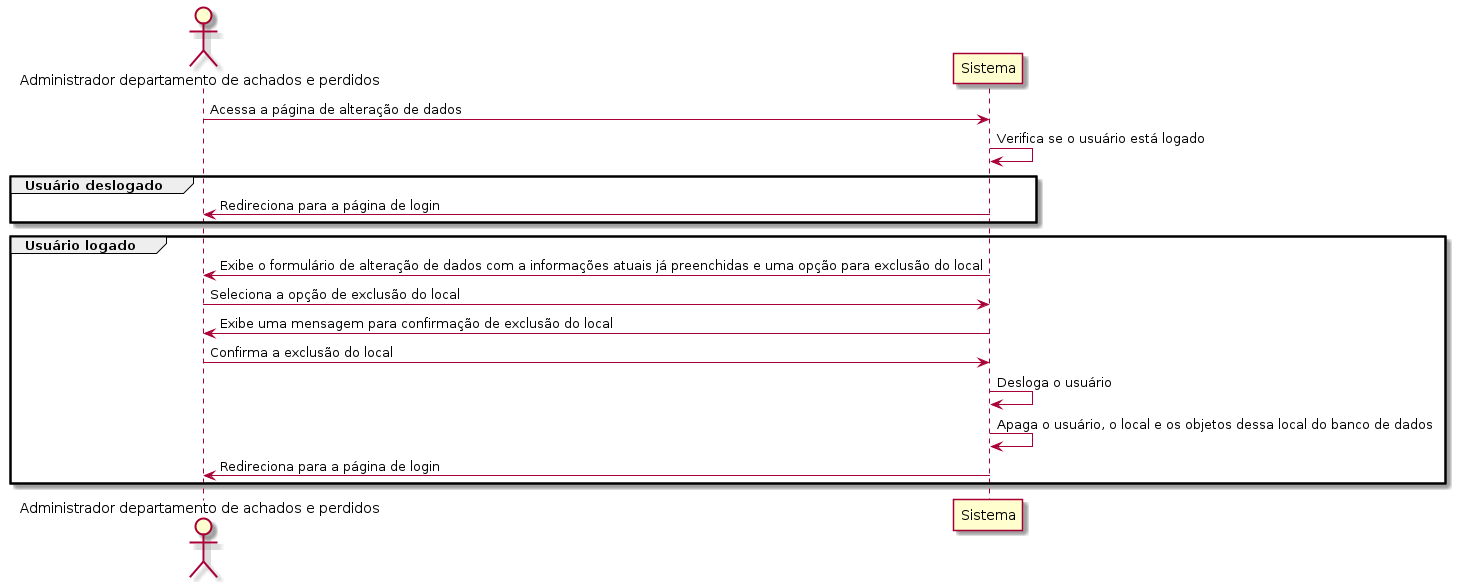
This is out/casos-de-uso/administrador/RAP08/RAP08.png from treinaweb/desafio-achados-e-perdidos, a PlantUML export, as it was before one commit.
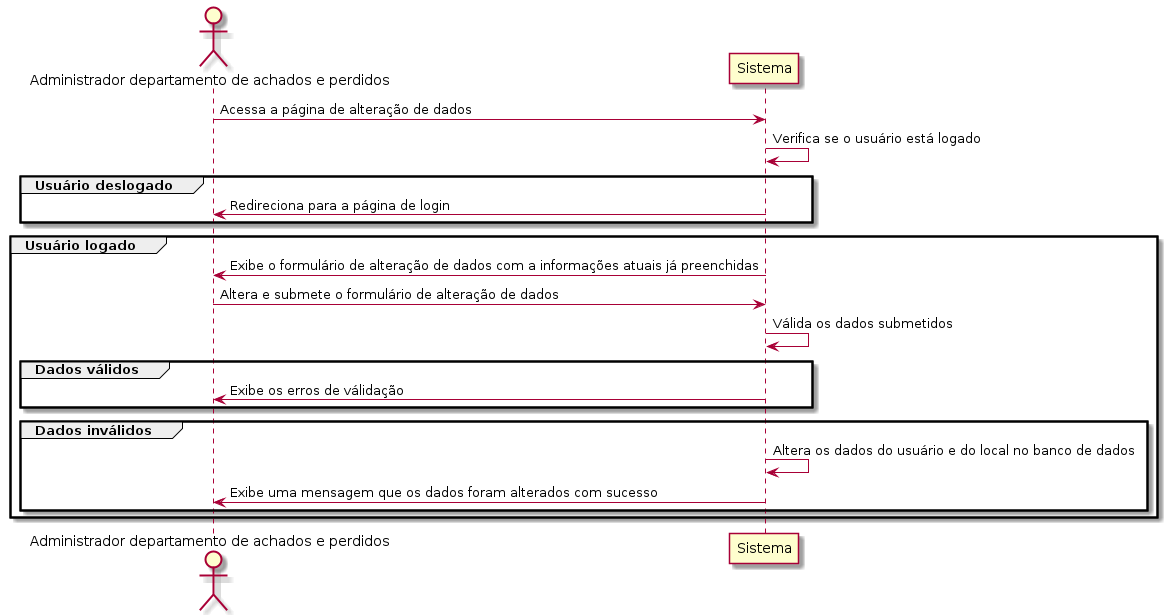
Above is the later version.

The edit, as a diff of the source:
```diff
@@ -11,13 +11,18 @@
 end
 
 group Usuário logado
-  sistema -> admin: Exibe o formulário de alteração de dados com a informações atuais já preenchidas e uma opção para exclusão do local
-  admin -> sistema: Seleciona a opção de exclusão do local
-  sistema -> admin: Exibe uma mensagem para confirmação de exclusão do local
-  admin -> sistema: Confirma a exclusão do local
-  sistema -> sistema: Desloga o usuário
-  sistema -> sistema: Apaga o usuário, o local e os objetos dessa local do banco de dados
-  sistema -> admin: Redireciona para a página de login
+  sistema -> admin: Exibe o formulário de alteração de dados com a informações atuais já preenchidas
+  admin -> sistema: Altera e submete o formulário de alteração de dados
+  sistema -> sistema: Válida os dados submetidos
+
+  group Dados válidos
+    sistema -> admin: Exibe os erros de válidação
+  end
+
+  group Dados inválidos
+    sistema -> sistema: Altera os dados do usuário e do local no banco de dados
+    sistema -> admin: Exibe uma mensagem que os dados foram alterados com sucesso
+  end
 end
 
 @enduml
```
